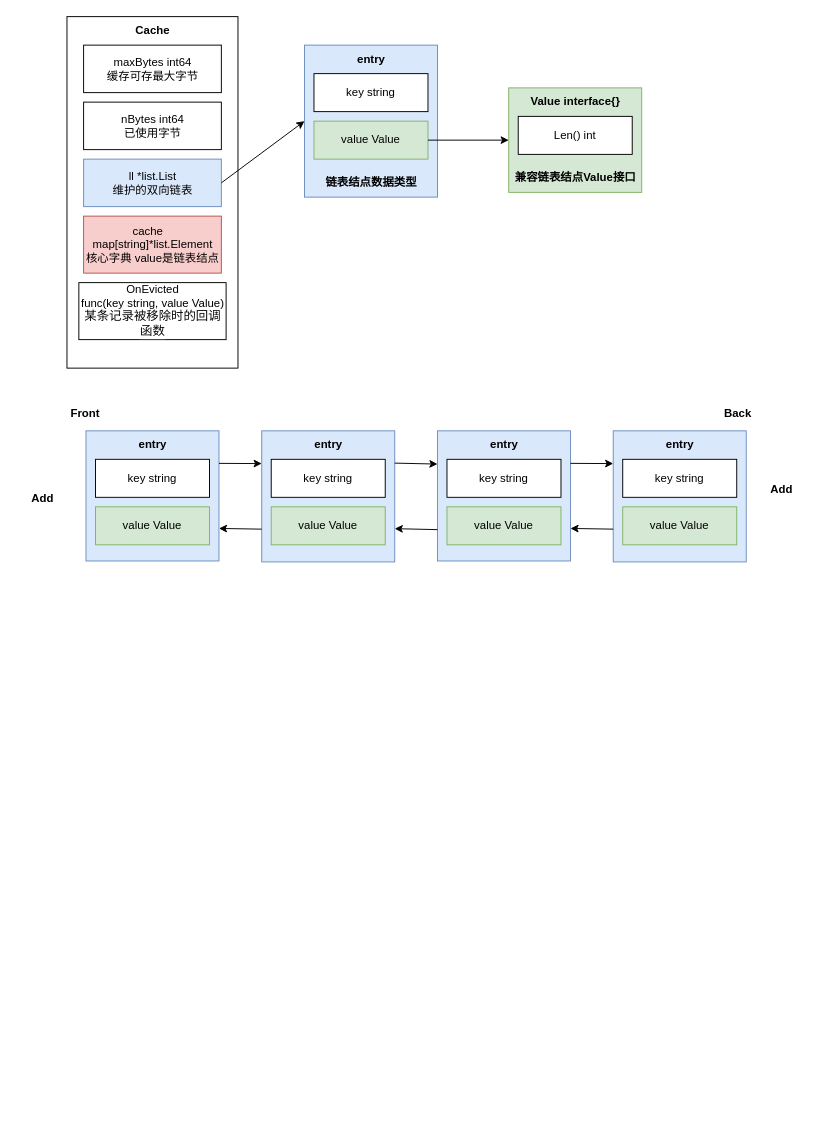
The draw.io diagram test.drawio in zecraid/draw_repo, before the edit. Source tidied: cells renumbered, new cells numbered last; positions are measured from the earlier drawing's top-left corner, leaving out a move shared by most shapes. Both pictures are drawn from the tidied source at 95%, with x=0, y=0 at pixel (22, 16).
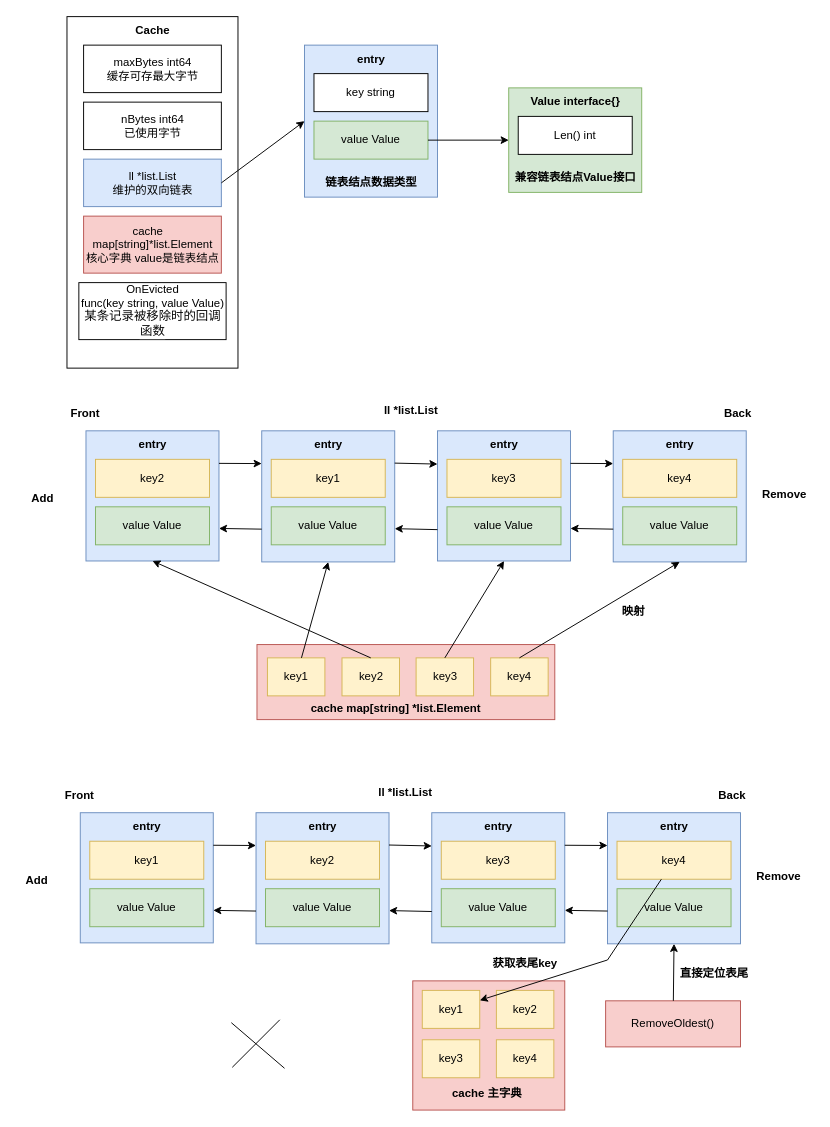
The same diagram, later.

Unchanged cells that the change refers to:
```xml
<mxCell id="20" style="rounded=0;whiteSpace=wrap;html=1;fillColor=#dae8fc;strokeColor=#6c8ebf;" parent="1" vertex="1">
  <mxGeometry x="67" y="436" width="140" height="137" as="geometry" />
</mxCell>
<mxCell id="24" style="rounded=0;whiteSpace=wrap;html=1;fillColor=#dae8fc;strokeColor=#6c8ebf;" parent="1" vertex="1">
  <mxGeometry x="252" y="436" width="140" height="138" as="geometry" />
</mxCell>
<mxCell id="30" style="rounded=0;whiteSpace=wrap;html=1;fillColor=#dae8fc;strokeColor=#6c8ebf;" parent="1" vertex="1">
  <mxGeometry x="437" y="436" width="140" height="137" as="geometry" />
</mxCell>
<mxCell id="34" style="rounded=0;whiteSpace=wrap;html=1;fillColor=#dae8fc;strokeColor=#6c8ebf;" parent="1" vertex="1">
  <mxGeometry x="622" y="436" width="140" height="138" as="geometry" />
</mxCell>
```

What changed in the source:
```diff
@@
-    <mxCell id="22" value="key string&lt;br&gt;" style="rounded=0;whiteSpace=wrap;html=1;" parent="1" vertex="1">
+    <mxCell id="22" value="key2" style="rounded=0;whiteSpace=wrap;html=1;fillColor=#fff2cc;strokeColor=#d6b656;" parent="1" vertex="1">
       <mxGeometry x="77" y="466" width="120" height="40" as="geometry" />
     </mxCell>
@@
-    <mxCell id="26" value="key string&lt;br&gt;" style="rounded=0;whiteSpace=wrap;html=1;" parent="1" vertex="1">
+    <mxCell id="26" value="key1" style="rounded=0;whiteSpace=wrap;html=1;fillColor=#fff2cc;strokeColor=#d6b656;" parent="1" vertex="1">
       <mxGeometry x="262" y="466" width="120" height="40" as="geometry" />
     </mxCell>
@@
-    <mxCell id="32" value="key string&lt;br&gt;" style="rounded=0;whiteSpace=wrap;html=1;" parent="1" vertex="1">
+    <mxCell id="32" value="key3" style="rounded=0;whiteSpace=wrap;html=1;fillColor=#fff2cc;strokeColor=#d6b656;" parent="1" vertex="1">
       <mxGeometry x="447" y="466" width="120" height="40" as="geometry" />
     </mxCell>
@@
-    <mxCell id="36" value="key string&lt;br&gt;" style="rounded=0;whiteSpace=wrap;html=1;" parent="1" vertex="1">
+    <mxCell id="36" value="key4" style="rounded=0;whiteSpace=wrap;html=1;fillColor=#fff2cc;strokeColor=#d6b656;" parent="1" vertex="1">
       <mxGeometry x="632" y="466" width="120" height="40" as="geometry" />
     </mxCell>
@@
-    <mxCell id="45" value="&lt;b&gt;Add&lt;/b&gt;" style="text;html=1;align=center;verticalAlign=middle;strokeColor=none;fillColor=none;" parent="1" vertex="1">
-      <mxGeometry x="778" y="485" width="41" height="26" as="geometry" />
+    <mxCell id="45" value="&lt;b&gt;Remove&lt;/b&gt;" style="text;html=1;align=center;verticalAlign=middle;strokeColor=none;fillColor=none;" parent="1" vertex="1">
+      <mxGeometry x="769" y="490" width="65" height="26" as="geometry" />
     </mxCell>
+    <mxCell id="46" style="rounded=0;whiteSpace=wrap;html=1;fillColor=#f8cecc;strokeColor=#b85450;" parent="1" vertex="1">
+      <mxGeometry x="247" y="661" width="313.5" height="79" as="geometry" />
+    </mxCell>
+    <mxCell id="47" value="key1" style="rounded=0;whiteSpace=wrap;html=1;fillColor=#fff2cc;strokeColor=#d6b656;" parent="1" vertex="1">
+      <mxGeometry x="258" y="675" width="60.5" height="40" as="geometry" />
+    </mxCell>
+    <mxCell id="48" value="key2" style="rounded=0;whiteSpace=wrap;html=1;fillColor=#fff2cc;strokeColor=#d6b656;" parent="1" vertex="1">
+      <mxGeometry x="336.5" y="675" width="60.5" height="40" as="geometry" />
+    </mxCell>
+    <mxCell id="49" value="key3" style="rounded=0;whiteSpace=wrap;html=1;fillColor=#fff2cc;strokeColor=#d6b656;" parent="1" vertex="1">
+      <mxGeometry x="414.5" y="675" width="60.5" height="40" as="geometry" />
+    </mxCell>
+    <mxCell id="50" value="key4" style="rounded=0;whiteSpace=wrap;html=1;fillColor=#fff2cc;strokeColor=#d6b656;" parent="1" vertex="1">
+      <mxGeometry x="493" y="675" width="60.5" height="40" as="geometry" />
+    </mxCell>
+    <mxCell id="51" value="&lt;b&gt;cache map[string] *list.Element&lt;/b&gt;" style="text;html=1;align=center;verticalAlign=middle;strokeColor=none;fillColor=none;" parent="1" vertex="1">
+      <mxGeometry x="294.5" y="715" width="197" height="26" as="geometry" />
+    </mxCell>
+    <mxCell id="52" style="endArrow=classic;html=1;rounded=0;entryX=0.5;entryY=1;entryDx=0;entryDy=0;" parent="1" edge="1" source="47" target="24">
+      <mxGeometry relative="1" as="geometry" />
+    </mxCell>
+    <mxCell id="53" style="endArrow=classic;html=1;rounded=0;entryX=0.5;entryY=1;entryDx=0;entryDy=0;exitX=0.5;exitY=0;exitDx=0;exitDy=0;" parent="1" edge="1" source="48" target="20">
+      <mxGeometry relative="1" as="geometry" />
+    </mxCell>
+    <mxCell id="54" style="endArrow=classic;html=1;rounded=0;entryX=0.5;entryY=1;entryDx=0;entryDy=0;exitX=0.5;exitY=0;exitDx=0;exitDy=0;" parent="1" edge="1" source="49" target="30">
+      <mxGeometry relative="1" as="geometry" />
+    </mxCell>
+    <mxCell id="55" style="endArrow=classic;html=1;rounded=0;entryX=0.5;entryY=1;entryDx=0;entryDy=0;exitX=0.5;exitY=0;exitDx=0;exitDy=0;" parent="1" edge="1" source="50" target="34">
+      <mxGeometry relative="1" as="geometry" />
+    </mxCell>
+    <mxCell id="56" value="&lt;b&gt;映射&lt;/b&gt;" style="text;html=1;align=center;verticalAlign=middle;strokeColor=none;fillColor=none;" parent="1" vertex="1">
+      <mxGeometry x="622" y="613" width="42" height="26" as="geometry" />
+    </mxCell>
+    <mxCell id="57" value="&lt;b&gt;ll&amp;nbsp;*list.List&lt;/b&gt;" style="text;html=1;align=center;verticalAlign=middle;strokeColor=none;fillColor=none;" parent="1" vertex="1">
+      <mxGeometry x="371" y="402" width="75" height="26" as="geometry" />
+    </mxCell>
+    <mxCell id="58" style="rounded=0;whiteSpace=wrap;html=1;fillColor=#dae8fc;strokeColor=#6c8ebf;" parent="1" vertex="1">
+      <mxGeometry x="61" y="838" width="140" height="137" as="geometry" />
+    </mxCell>
+    <mxCell id="59" value="&lt;b&gt;entry&lt;/b&gt;" style="text;html=1;align=center;verticalAlign=middle;strokeColor=none;fillColor=none;" parent="1" vertex="1">
+      <mxGeometry x="106" y="838" width="50" height="30" as="geometry" />
+    </mxCell>
+    <mxCell id="60" value="key1" style="rounded=0;whiteSpace=wrap;html=1;fillColor=#fff2cc;strokeColor=#d6b656;" parent="1" vertex="1">
+      <mxGeometry x="71" y="868" width="120" height="40" as="geometry" />
+    </mxCell>
+    <mxCell id="61" value="value Value" style="rounded=0;whiteSpace=wrap;html=1;fillColor=#d5e8d4;strokeColor=#82b366;" parent="1" vertex="1">
+      <mxGeometry x="71" y="918" width="120" height="40" as="geometry" />
+    </mxCell>
+    <mxCell id="62" style="rounded=0;whiteSpace=wrap;html=1;fillColor=#dae8fc;strokeColor=#6c8ebf;" parent="1" vertex="1">
+      <mxGeometry x="246" y="838" width="140" height="138" as="geometry" />
+    </mxCell>
+    <mxCell id="63" value="&lt;b&gt;entry&lt;/b&gt;" style="text;html=1;align=center;verticalAlign=middle;strokeColor=none;fillColor=none;" parent="1" vertex="1">
+      <mxGeometry x="291" y="838" width="50" height="30" as="geometry" />
+    </mxCell>
+    <mxCell id="64" value="key2" style="rounded=0;whiteSpace=wrap;html=1;fillColor=#fff2cc;strokeColor=#d6b656;" parent="1" vertex="1">
+      <mxGeometry x="256" y="868" width="120" height="40" as="geometry" />
+    </mxCell>
+    <mxCell id="65" value="value Value" style="rounded=0;whiteSpace=wrap;html=1;fillColor=#d5e8d4;strokeColor=#82b366;" parent="1" vertex="1">
+      <mxGeometry x="256" y="918" width="120" height="40" as="geometry" />
+    </mxCell>
+    <mxCell id="66" style="endArrow=classic;html=1;rounded=0;entryX=0;entryY=0.25;entryDx=0;entryDy=0;exitX=1;exitY=0.25;exitDx=0;exitDy=0;" parent="1" edge="1" source="58" target="62">
+      <mxGeometry relative="1" as="geometry" />
+    </mxCell>
+    <mxCell id="67" style="endArrow=classic;html=1;rounded=0;entryX=1;entryY=0.75;entryDx=0;entryDy=0;exitX=0;exitY=0.75;exitDx=0;exitDy=0;" parent="1" edge="1" source="62" target="58">
+      <mxGeometry relative="1" as="geometry" />
+    </mxCell>
+    <mxCell id="68" style="rounded=0;whiteSpace=wrap;html=1;fillColor=#dae8fc;strokeColor=#6c8ebf;" parent="1" vertex="1">
+      <mxGeometry x="431" y="838" width="140" height="137" as="geometry" />
+    </mxCell>
+    <mxCell id="69" value="&lt;b&gt;entry&lt;/b&gt;" style="text;html=1;align=center;verticalAlign=middle;strokeColor=none;fillColor=none;" parent="1" vertex="1">
+      <mxGeometry x="476" y="838" width="50" height="30" as="geometry" />
+    </mxCell>
+    <mxCell id="70" value="key3" style="rounded=0;whiteSpace=wrap;html=1;fillColor=#fff2cc;strokeColor=#d6b656;" parent="1" vertex="1">
+      <mxGeometry x="441" y="868" width="120" height="40" as="geometry" />
+    </mxCell>
+    <mxCell id="71" value="value Value" style="rounded=0;whiteSpace=wrap;html=1;fillColor=#d5e8d4;strokeColor=#82b366;" parent="1" vertex="1">
+      <mxGeometry x="441" y="918" width="120" height="40" as="geometry" />
+    </mxCell>
+    <mxCell id="72" style="rounded=0;whiteSpace=wrap;html=1;fillColor=#dae8fc;strokeColor=#6c8ebf;" parent="1" vertex="1">
+      <mxGeometry x="616" y="838" width="140" height="138" as="geometry" />
+    </mxCell>
+    <mxCell id="73" value="&lt;b&gt;entry&lt;/b&gt;" style="text;html=1;align=center;verticalAlign=middle;strokeColor=none;fillColor=none;" parent="1" vertex="1">
+      <mxGeometry x="661" y="838" width="50" height="30" as="geometry" />
+    </mxCell>
+    <mxCell id="74" value="key4" style="rounded=0;whiteSpace=wrap;html=1;fillColor=#fff2cc;strokeColor=#d6b656;" parent="1" vertex="1">
+      <mxGeometry x="626" y="868" width="120" height="40" as="geometry" />
+    </mxCell>
+    <mxCell id="75" value="value Value" style="rounded=0;whiteSpace=wrap;html=1;fillColor=#d5e8d4;strokeColor=#82b366;" parent="1" vertex="1">
+      <mxGeometry x="626" y="918" width="120" height="40" as="geometry" />
+    </mxCell>
+    <mxCell id="76" style="endArrow=classic;html=1;rounded=0;entryX=0;entryY=0.25;entryDx=0;entryDy=0;exitX=1;exitY=0.25;exitDx=0;exitDy=0;" parent="1" edge="1" source="68" target="72">
+      <mxGeometry relative="1" as="geometry" />
+    </mxCell>
+    <mxCell id="77" style="endArrow=classic;html=1;rounded=0;entryX=1;entryY=0.75;entryDx=0;entryDy=0;exitX=0;exitY=0.75;exitDx=0;exitDy=0;" parent="1" edge="1" source="72" target="68">
+      <mxGeometry relative="1" as="geometry" />
+    </mxCell>
+    <mxCell id="78" style="endArrow=classic;html=1;rounded=0;entryX=0;entryY=0.25;entryDx=0;entryDy=0;exitX=1;exitY=0.25;exitDx=0;exitDy=0;" parent="1" edge="1">
+      <mxGeometry relative="1" as="geometry">
+        <mxPoint x="386" y="872" as="sourcePoint" />
+        <mxPoint x="431" y="873" as="targetPoint" />
+      </mxGeometry>
+    </mxCell>
+    <mxCell id="79" style="endArrow=classic;html=1;rounded=0;entryX=1;entryY=0.75;entryDx=0;entryDy=0;exitX=0;exitY=0.75;exitDx=0;exitDy=0;" parent="1" edge="1">
+      <mxGeometry relative="1" as="geometry">
+        <mxPoint x="431" y="942" as="sourcePoint" />
+        <mxPoint x="386" y="941" as="targetPoint" />
+      </mxGeometry>
+    </mxCell>
+    <mxCell id="80" value="&lt;b&gt;Front&lt;/b&gt;" style="text;html=1;align=center;verticalAlign=middle;strokeColor=none;fillColor=none;" parent="1" vertex="1">
+      <mxGeometry x="35" y="807" width="49" height="26" as="geometry" />
+    </mxCell>
+    <mxCell id="81" value="&lt;b&gt;Back&lt;/b&gt;" style="text;html=1;align=center;verticalAlign=middle;strokeColor=none;fillColor=none;" parent="1" vertex="1">
+      <mxGeometry x="723" y="807" width="47" height="26" as="geometry" />
+    </mxCell>
+    <mxCell id="82" value="&lt;b&gt;Add&lt;/b&gt;" style="text;html=1;align=center;verticalAlign=middle;strokeColor=none;fillColor=none;" parent="1" vertex="1">
+      <mxGeometry x="-6" y="896" width="41" height="26" as="geometry" />
+    </mxCell>
+    <mxCell id="83" value="&lt;b&gt;Remove&lt;/b&gt;" style="text;html=1;align=center;verticalAlign=middle;strokeColor=none;fillColor=none;" parent="1" vertex="1">
+      <mxGeometry x="763" y="892" width="65" height="26" as="geometry" />
+    </mxCell>
+    <mxCell id="84" style="rounded=0;whiteSpace=wrap;html=1;fillColor=#f8cecc;strokeColor=#b85450;" parent="1" vertex="1">
+      <mxGeometry x="411" y="1015" width="160" height="136" as="geometry" />
+    </mxCell>
+    <mxCell id="85" value="key1" style="rounded=0;whiteSpace=wrap;html=1;fillColor=#fff2cc;strokeColor=#d6b656;" parent="1" vertex="1">
+      <mxGeometry x="421" y="1025" width="60.5" height="40" as="geometry" />
+    </mxCell>
+    <mxCell id="86" value="key2" style="rounded=0;whiteSpace=wrap;html=1;fillColor=#fff2cc;strokeColor=#d6b656;" parent="1" vertex="1">
+      <mxGeometry x="499" y="1025" width="60.5" height="40" as="geometry" />
+    </mxCell>
+    <mxCell id="87" value="key3" style="rounded=0;whiteSpace=wrap;html=1;fillColor=#fff2cc;strokeColor=#d6b656;" parent="1" vertex="1">
+      <mxGeometry x="421" y="1077" width="60.5" height="40" as="geometry" />
+    </mxCell>
+    <mxCell id="88" value="key4" style="rounded=0;whiteSpace=wrap;html=1;fillColor=#fff2cc;strokeColor=#d6b656;" parent="1" vertex="1">
+      <mxGeometry x="499" y="1077" width="60.5" height="40" as="geometry" />
+    </mxCell>
+    <mxCell id="89" value="&lt;b&gt;cache 主字典&lt;/b&gt;" style="text;html=1;align=center;verticalAlign=middle;strokeColor=none;fillColor=none;" parent="1" vertex="1">
+      <mxGeometry x="443" y="1121" width="91" height="26" as="geometry" />
+    </mxCell>
+    <mxCell id="90" value="&lt;b&gt;ll&amp;nbsp;*list.List&lt;/b&gt;" style="text;html=1;align=center;verticalAlign=middle;strokeColor=none;fillColor=none;" parent="1" vertex="1">
+      <mxGeometry x="365" y="804" width="75" height="26" as="geometry" />
+    </mxCell>
+    <mxCell id="91" value="RemoveOldest()" style="rounded=0;whiteSpace=wrap;html=1;fillColor=#f8cecc;strokeColor=#b85450;" parent="1" vertex="1">
+      <mxGeometry x="614" y="1036" width="142" height="48.5" as="geometry" />
+    </mxCell>
+    <mxCell id="92" style="endArrow=classic;html=1;rounded=0;entryX=0.5;entryY=1;entryDx=0;entryDy=0;" parent="1" edge="1" source="91" target="72">
+      <mxGeometry relative="1" as="geometry" />
+    </mxCell>
+    <mxCell id="93" value="&lt;b&gt;直接定位表尾&lt;/b&gt;" style="text;html=1;align=center;verticalAlign=middle;strokeColor=none;fillColor=none;" parent="1" vertex="1">
+      <mxGeometry x="683" y="994" width="90" height="26" as="geometry" />
+    </mxCell>
+    <mxCell id="94" style="endArrow=classic;html=1;rounded=0;" parent="1" edge="1" source="74" target="85">
+      <mxGeometry relative="1" as="geometry">
+        <Array as="points">
+          <mxPoint x="616" y="993" />
+        </Array>
+      </mxGeometry>
+    </mxCell>
+    <mxCell id="95" value="&lt;b&gt;获取表尾key&lt;/b&gt;" style="text;html=1;align=center;verticalAlign=middle;strokeColor=none;fillColor=none;" parent="1" vertex="1">
+      <mxGeometry x="486.2" y="984" width="86" height="26" as="geometry" />
+    </mxCell>
+    <mxCell id="96" style="endArrow=none;html=1;rounded=0;" parent="1" edge="1">
+      <mxGeometry relative="1" as="geometry">
+        <mxPoint x="276" y="1107" as="sourcePoint" />
+        <mxPoint x="220" y="1059" as="targetPoint" />
+      </mxGeometry>
+    </mxCell>
+    <mxCell id="97" style="endArrow=none;html=1;rounded=0;" parent="1" edge="1">
+      <mxGeometry relative="1" as="geometry">
+        <mxPoint x="221" y="1106" as="sourcePoint" />
+        <mxPoint x="271" y="1056" as="targetPoint" />
+      </mxGeometry>
+    </mxCell>
```
